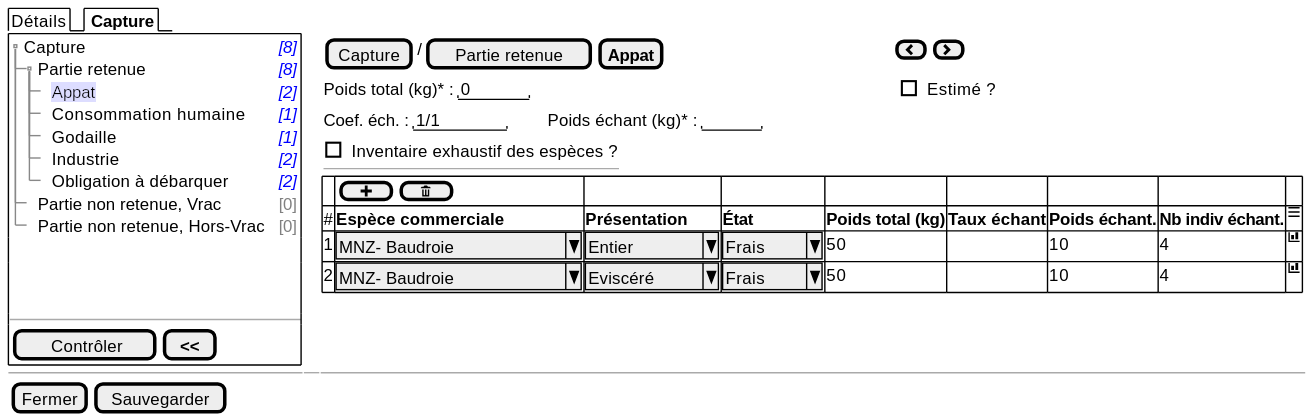
Above: projects/obsmer/spe/images/batch/batch-tree-PR-BAI.svg in sumaris-net/sumaris-doc (PlantUML), before the change.
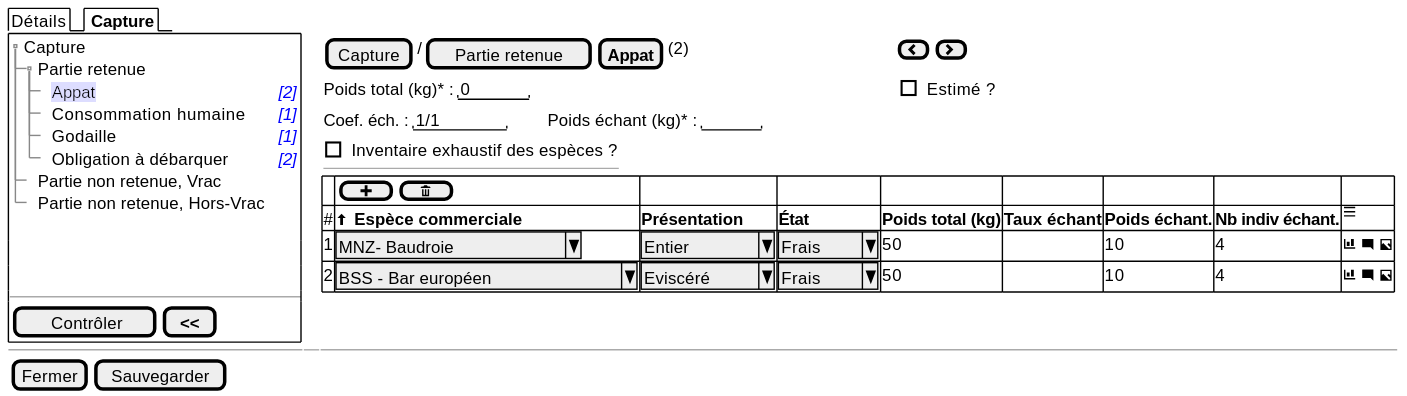
Above is the later version.

What changed in the source:
```diff
@@ -3,15 +3,14 @@
   {/ Détails | <b> Capture }
   {+
    {T
-       + Capture    | <i><color:blue>[8]
-       ++ Partie retenue       | <i><color:blue>[8]
+       + Capture
+       ++ Partie retenue
        +++ <back:#DDF>Appat | <i><color:blue>[2]
        +++ Consommation humaine | <i><color:blue>[1]
        +++ Godaille | <i><color:blue>[1]
-       +++ Industrie | <i><color:blue>[2]
        +++ Obligation à débarquer| <i><color:blue>[2]
-       ++ Partie non retenue, Vrac | <color:gray>[0]
-       ++ Partie non retenue, Hors-Vrac | <color:gray>[0]
+       ++ Partie non retenue, Vrac
+       ++ Partie non retenue, Hors-Vrac
    }
     .
     .
@@ -21,7 +20,7 @@
       [<&checkmark> Contrôler] | [ <b><< ]
    }
   } | . | {
-    { [Capture] | / | [Partie retenue] | [<b>Appat]| | . | . | . | . | . | . | . | . | . | . | . | . | . | . | . | . | . | . | . | . | . | . | . | . | . | . | . | . | . | . | . | . | { [<&chevron-left>] | [<&chevron-right>] }}
+    { [Capture] | / | [Partie retenue] | [<b>Appat]| (2) | . | . | . | . | . | . | . | . | . | . | . | . | . | . | . | . | . | . | . | . | . | . | . | . | . | . | . | . | . |  { [<&chevron-left>] | [<&chevron-right>] }}
 
     {Poids total (kg)* : | " 0    " | . | . | . | . | . | . | . | . | . | . | . | . | . | . | . | . | . | . | . | . | . | . | . | . | . | . | . | . | . | . | . | . | . | . | . | . | . | . | . | . | . | . | . | . |. |. |. |. |. |. |. |. | [ ] Estimé ?}
 
@@ -34,9 +33,9 @@
 
     {#
           . | {[ <&plus> ] | [ <&trash> ] } | . | . | . | . | . | .
-          # | <b>Espèce commerciale  | <b>Présentation | <b>État | <b>Poids total (kg)     |  <b>Taux échant  | <b>Poids échant. | <b>Nb indiv échant. | <&menu>
-          1 | ^MNZ- Baudroie       ^ | ^ Entier   ^ | ^ Frais ^ | 50   |  .   |   10          | 4 | <&bar-chart>
-          2 | ^MNZ- Baudroie       ^ | ^ Eviscéré ^ | ^ Frais ^ | 50   |  .   |   10          | 4 | <&bar-chart>
+          # | <&arrow-thick-top> <b>Espèce commerciale  | <b>Présentation | <b>État | <b>Poids total (kg)     |  <b>Taux échant  | <b>Poids échant. | <b>Nb indiv échant. | <&menu>
+          1 | ^MNZ- Baudroie       ^ | ^ Entier   ^ | ^ Frais ^ | 50   |  .   |   10          | 4 | <&bar-chart> <&comment-square> <&image>
+          2 | ^BSS - Bar européen       ^ | ^ Eviscéré ^ | ^ Frais ^ | 50   |  .   |   10          | 4 | <&bar-chart> <&comment-square> <&image>
         }
   }
 
```
